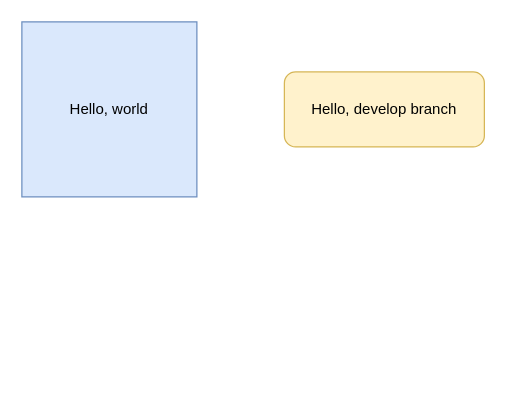
Above: vm-asio.drawio in adj7388/stuff-i-know (draw.io), before the change. Source tidied: cells renumbered, new cells numbered last; positions are measured from the earlier drawing's top-left corner, leaving out a move shared by most shapes. Both pictures are drawn from the tidied source at 125%, with x=0, y=0 at pixel (21, 21).
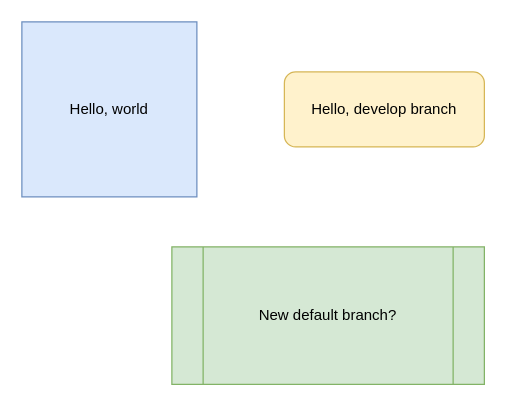
The same page after the edit.

Commit message:
Made develop the default branch

The edit, as a diff of the source:
```diff
@@
 <mxGraphModel>
   <root>
     <mxCell id="0" />
     <mxCell id="1" parent="0" />
     <mxCell id="2" value="Hello, world" style="whiteSpace=wrap;html=1;fillColor=#dae8fc;strokeColor=#6c8ebf;" parent="1" vertex="1">
       <mxGeometry width="140" height="140" as="geometry" />
     </mxCell>
     <mxCell id="3" value="Hello, develop branch" style="rounded=1;whiteSpace=wrap;html=1;fillColor=#fff2cc;strokeColor=#d6b656;" parent="1" vertex="1">
       <mxGeometry x="210" y="40" width="160" height="60" as="geometry" />
     </mxCell>
+    <mxCell id="4" value="New default branch?" style="shape=process;whiteSpace=wrap;html=1;backgroundOutline=1;fillColor=#d5e8d4;strokeColor=#82b366;" parent="1" vertex="1">
+      <mxGeometry x="120" y="180" width="250" height="110" as="geometry" />
+    </mxCell>
   </root>
 </mxGraphModel>
```
